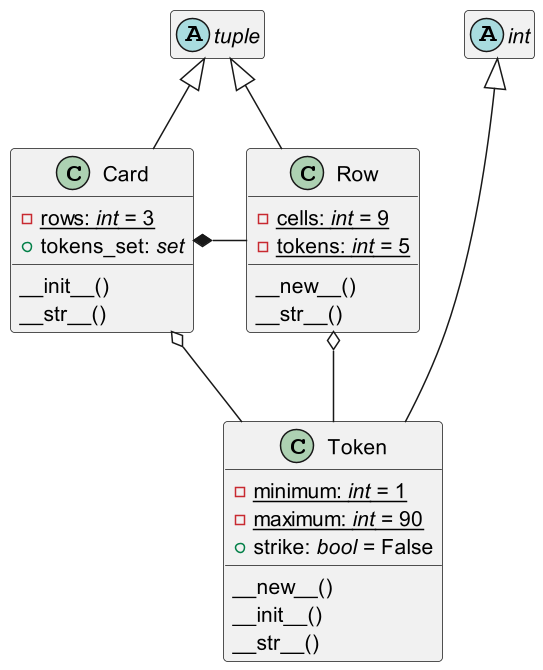
learning-AIU/python-developer-9 keeps this PlantUML diagram as docs/model.png. Above is the earlier version.
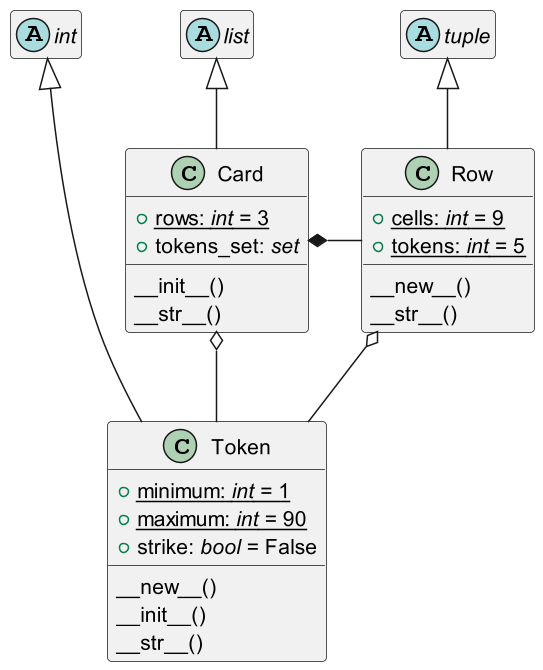
The same file after the commit.

Commit message:
модель игровых элементов: наследование Card от list, области видимости атрибутов классов

version 0.93
>class Card
>class Row
>class Token

The edit, as a diff of the source:
```diff
@@ -5,11 +5,12 @@
 
 abstract class int
 abstract class tuple
+abstract class list
 
 
 class Token {
-    -{static}minimum: <i>int</i> = 1
-    -{static}maximum: <i>int</i> = 90
+    +{static}minimum: <i>int</i> = 1
+    +{static}maximum: <i>int</i> = 90
     +strike: <i>bool</i> = False
     __new__()
     __init__()
@@ -18,15 +19,15 @@
 
 
 class Row {
-    -{static}cells: <i>int</i> = 9
-    -{static}tokens: <i>int</i> = 5
+    +{static}cells: <i>int</i> = 9
+    +{static}tokens: <i>int</i> = 5
     __new__()
     __str__()
 }
 
 
 class Card {
-    -{static}rows: <i>int</i> = 3
+    +{static}rows: <i>int</i> = 3
     +tokens_set: <i>set</i>
     __init__()
     __str__()
@@ -35,7 +36,7 @@
 
 int <|--- Token
 tuple <|-- Row
-tuple <|-- Card
+list <|-- Card
 
 Row o-- Token
 Card *-right- Row
```
